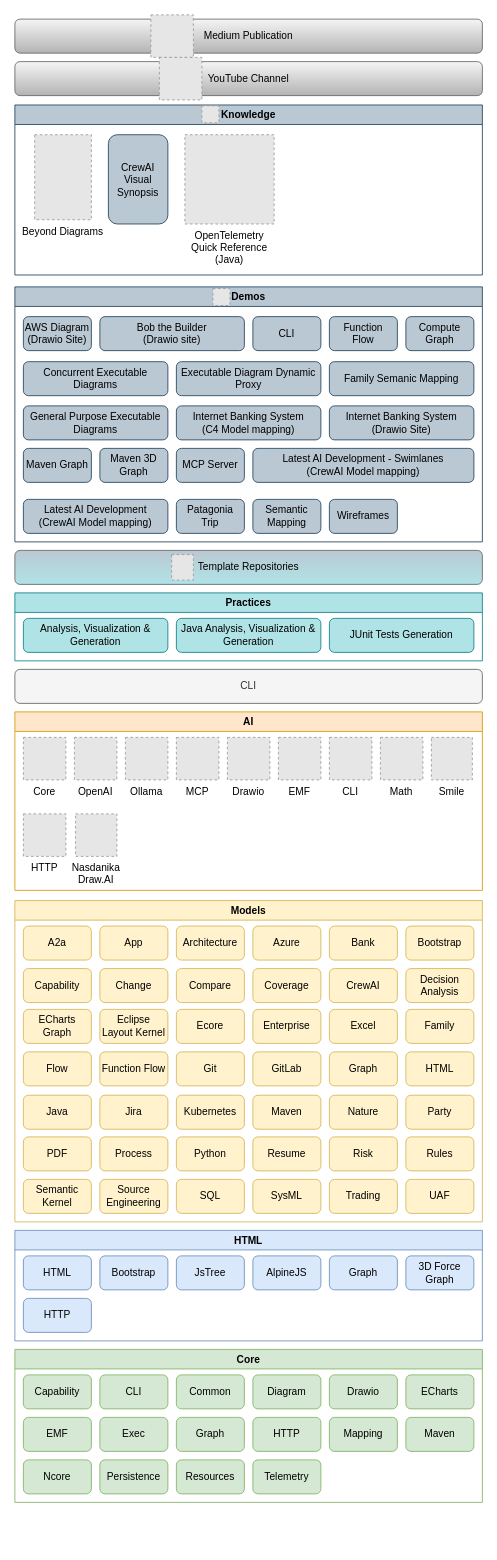
This is model/nasdanika.drawio from Nasdanika/nasdanika.github.io, a draw.io file, before an edit. Source tidied: cells renumbered, new cells numbered last; positions are measured from the earlier drawing's top-left corner, leaving out a move shared by most shapes. Both pictures are drawn from the tidied source at 85%, with x=0, y=0 at pixel (14, 14). Pictures stored in the file or linked from it are replaced by grey dashed boxes.
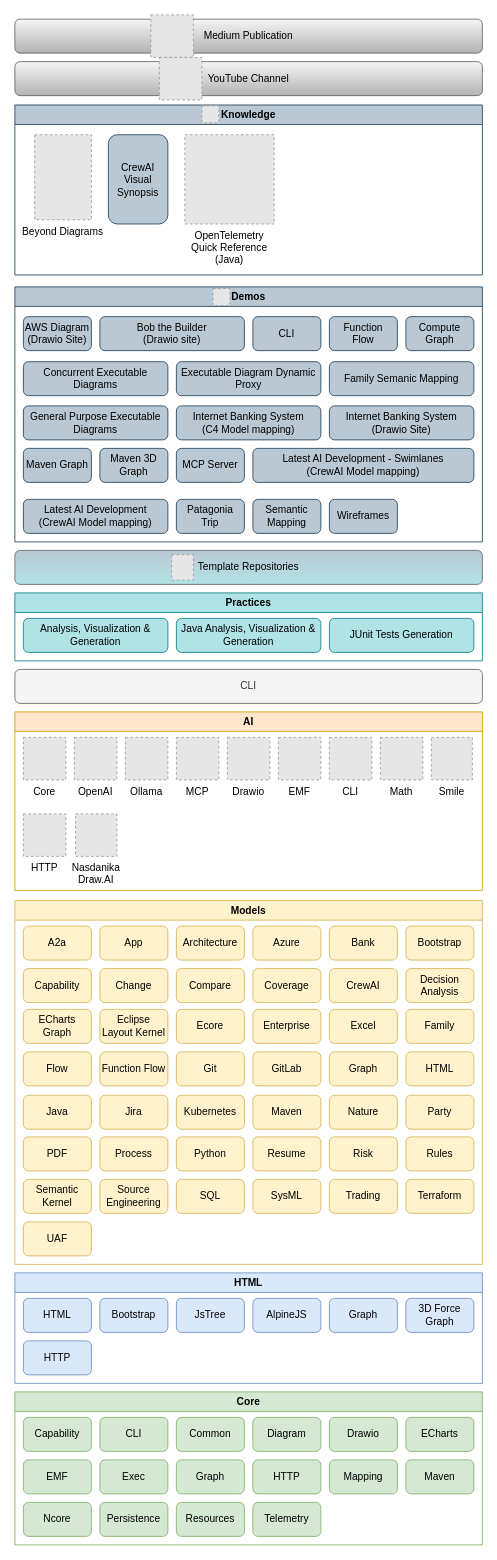
Above is the later version.

What changed in the source:
```diff
@@
     <mxCell id="2" value="Core" style="swimlane;whiteSpace=wrap;html=1;fillColor=#d5e8d4;strokeColor=#82b366;" parent="1" vertex="1">
-      <mxGeometry y="1570" width="550" height="180" as="geometry" />
+      <mxGeometry y="1620" width="550" height="180" as="geometry" />
     </mxCell>
@@
     <mxCell id="19" value="HTML" style="swimlane;whiteSpace=wrap;html=1;fillColor=#dae8fc;strokeColor=#6c8ebf;" parent="1" vertex="1">
-      <mxGeometry y="1430" width="550" height="130" as="geometry" />
+      <mxGeometry y="1480" width="550" height="130" as="geometry" />
     </mxCell>
@@
     <mxCell id="27" value="Models" style="swimlane;whiteSpace=wrap;html=1;fillColor=#fff2cc;strokeColor=#d6b656;" parent="1" vertex="1">
-      <mxGeometry y="1042" width="550" height="378" as="geometry" />
+      <mxGeometry y="1042" width="550" height="428" as="geometry" />
     </mxCell>
@@
     <mxCell id="69" value="UAF" style="rounded=1;whiteSpace=wrap;html=1;fillColor=#fff2cc;strokeColor=#d6b656;" parent="27" vertex="1">
-      <mxGeometry x="460" y="328" width="80" height="40" as="geometry" />
+      <mxGeometry x="10" y="378" width="80" height="40" as="geometry" />
     </mxCell>
+    <mxCell id="119" value="Terraform" style="rounded=1;whiteSpace=wrap;html=1;fillColor=#fff2cc;strokeColor=#d6b656;" parent="27" vertex="1">
+      <mxGeometry x="460" y="328" width="80" height="40" as="geometry" />
+    </mxCell>
```
